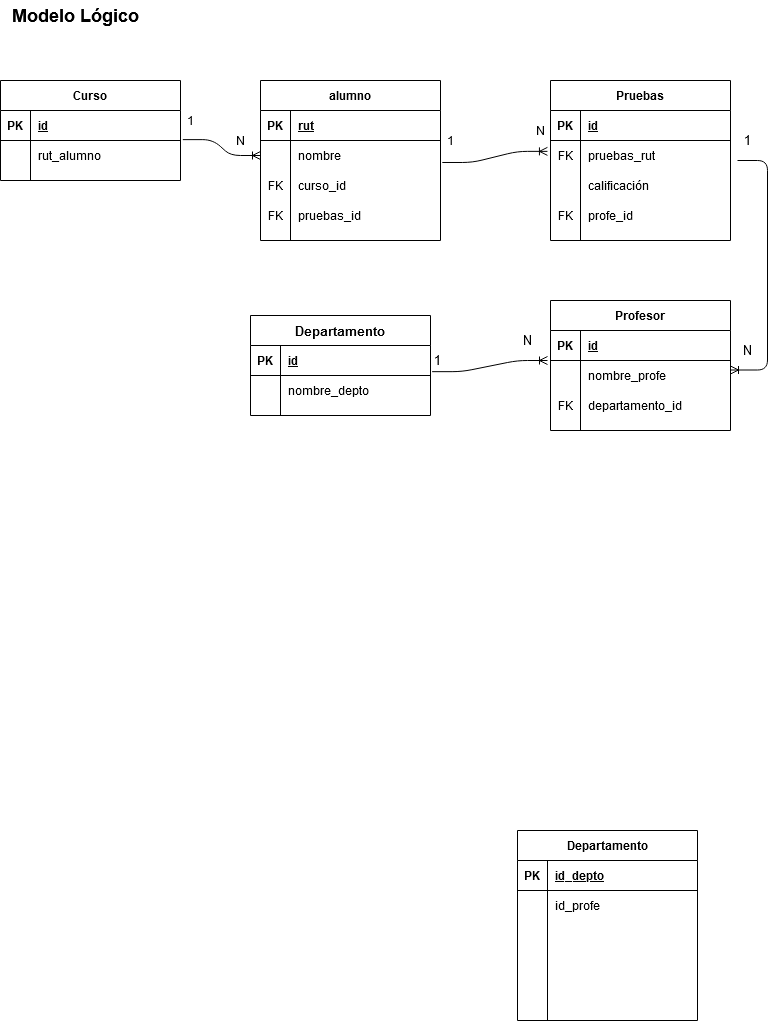
The draw.io diagram Caso2_modelos.png in gilibethvega/modelamiento_de_datos, before a commit. Source tidied: cells renumbered, new cells last; positions are measured from the earlier drawing's top-left corner, leaving out a move shared by most shapes.
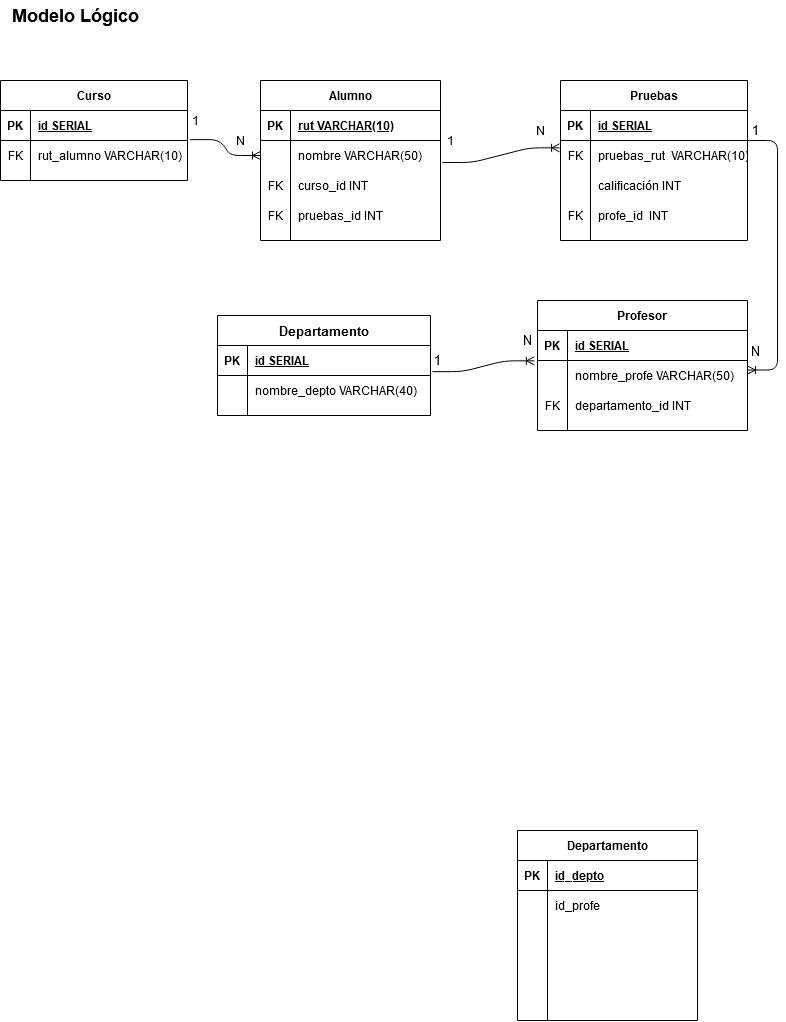
After the commit.

Change to the diagram source:
```diff
@@ -2,7 +2,7 @@
   <root>
     <mxCell id="0" />
     <mxCell id="1" parent="0" />
-    <mxCell id="2" value="alumno" style="shape=table;startSize=30;rowLines=0;fontStyle=1;align=center;" parent="1" vertex="1">
+    <mxCell id="2" value="Alumno" style="shape=table;startSize=30;rowLines=0;fontStyle=1;align=center;" parent="1" vertex="1">
       <mxGeometry x="260" y="80" width="180" height="160" as="geometry" />
     </mxCell>
     <mxCell id="3" style="shape=partialRectangle;fillColor=none;top=0;left=0;bottom=1;right=0;" parent="2" vertex="1">
@@ -11,7 +11,7 @@
     <mxCell id="4" value="PK" style="shape=partialRectangle;fillColor=none;top=0;left=0;bottom=0;right=0;fontStyle=1;overflow=hidden;" parent="3" vertex="1">
       <mxGeometry width="30" height="30" as="geometry" />
     </mxCell>
-    <mxCell id="5" value="rut" style="shape=partialRectangle;fillColor=none;top=0;left=0;bottom=0;right=0;align=left;spacingLeft=6;fontStyle=5;overflow=hidden;" parent="3" vertex="1">
+    <mxCell id="5" value="rut VARCHAR(10)" style="shape=partialRectangle;fillColor=none;top=0;left=0;bottom=0;right=0;align=left;spacingLeft=6;fontStyle=5;overflow=hidden;" parent="3" vertex="1">
       <mxGeometry x="30" width="150" height="30" as="geometry" />
     </mxCell>
     <mxCell id="6" style="shape=partialRectangle;fillColor=none;top=0;left=0;bottom=0;right=0;points=[[0,0.5],[1,0.5]];portConstraint=eastwest;" parent="2" vertex="1">
@@ -20,7 +20,7 @@
     <mxCell id="7" style="shape=partialRectangle;fillColor=none;top=0;left=0;bottom=0;right=0;overflow=hidden;" parent="6" vertex="1">
       <mxGeometry width="30" height="30" as="geometry" />
     </mxCell>
-    <mxCell id="8" value="nombre" style="shape=partialRectangle;fillColor=none;top=0;left=0;bottom=0;right=0;align=left;spacingLeft=6;overflow=hidden;" parent="6" vertex="1">
+    <mxCell id="8" value="nombre VARCHAR(50)" style="shape=partialRectangle;fillColor=none;top=0;left=0;bottom=0;right=0;align=left;spacingLeft=6;overflow=hidden;" parent="6" vertex="1">
       <mxGeometry x="30" width="150" height="30" as="geometry" />
     </mxCell>
     <mxCell id="9" style="shape=partialRectangle;fillColor=none;top=0;left=0;bottom=0;right=0;" parent="2" vertex="1">
@@ -29,7 +29,7 @@
     <mxCell id="10" value="FK" style="shape=partialRectangle;fillColor=none;top=0;left=0;bottom=0;right=0;fontStyle=0;overflow=hidden;" parent="9" vertex="1">
       <mxGeometry width="30" height="30" as="geometry" />
     </mxCell>
-    <mxCell id="11" value="curso_id" style="shape=partialRectangle;fillColor=none;top=0;left=0;bottom=0;right=0;align=left;spacingLeft=6;fontStyle=0;overflow=hidden;" parent="9" vertex="1">
+    <mxCell id="11" value="curso_id INT" style="shape=partialRectangle;fillColor=none;top=0;left=0;bottom=0;right=0;align=left;spacingLeft=6;fontStyle=0;overflow=hidden;" parent="9" vertex="1">
       <mxGeometry x="30" width="150" height="30" as="geometry" />
     </mxCell>
     <mxCell id="12" style="shape=partialRectangle;fillColor=none;top=0;left=0;bottom=0;right=0;" parent="2" vertex="1">
@@ -38,98 +38,98 @@
     <mxCell id="13" value="FK" style="shape=partialRectangle;fillColor=none;top=0;left=0;bottom=0;right=0;fontStyle=0;overflow=hidden;" parent="12" vertex="1">
       <mxGeometry width="30" height="30" as="geometry" />
     </mxCell>
-    <mxCell id="14" value="pruebas_id" style="shape=partialRectangle;fillColor=none;top=0;left=0;bottom=0;right=0;align=left;spacingLeft=6;fontStyle=0;overflow=hidden;" parent="12" vertex="1">
+    <mxCell id="14" value="pruebas_id INT" style="shape=partialRectangle;fillColor=none;top=0;left=0;bottom=0;right=0;align=left;spacingLeft=6;fontStyle=0;overflow=hidden;" parent="12" vertex="1">
       <mxGeometry x="30" width="150" height="30" as="geometry" />
     </mxCell>
     <mxCell id="15" value="Pruebas" style="shape=table;startSize=30;rowLines=0;fontStyle=1;align=center;" parent="1" vertex="1">
-      <mxGeometry x="550" y="80" width="180" height="160" as="geometry" />
+      <mxGeometry x="560" y="80" width="187" height="160" as="geometry" />
     </mxCell>
     <mxCell id="16" style="shape=partialRectangle;fillColor=none;top=0;left=0;bottom=1;right=0;" parent="15" vertex="1">
-      <mxGeometry y="30" width="180" height="30" as="geometry" />
+      <mxGeometry y="30" width="187" height="30" as="geometry" />
     </mxCell>
     <mxCell id="17" value="PK" style="shape=partialRectangle;fillColor=none;top=0;left=0;bottom=0;right=0;fontStyle=1;overflow=hidden;" parent="16" vertex="1">
       <mxGeometry width="30" height="30" as="geometry" />
     </mxCell>
-    <mxCell id="18" value="id" style="shape=partialRectangle;fillColor=none;top=0;left=0;bottom=0;right=0;align=left;spacingLeft=6;fontStyle=5;overflow=hidden;" parent="16" vertex="1">
-      <mxGeometry x="30" width="150" height="30" as="geometry" />
+    <mxCell id="18" value="id SERIAL" style="shape=partialRectangle;fillColor=none;top=0;left=0;bottom=0;right=0;align=left;spacingLeft=6;fontStyle=5;overflow=hidden;" parent="16" vertex="1">
+      <mxGeometry x="30" width="157" height="30" as="geometry" />
     </mxCell>
     <mxCell id="19" style="shape=partialRectangle;fillColor=none;top=0;left=0;bottom=0;right=0;points=[[0,0.5],[1,0.5]];portConstraint=eastwest;" parent="15" vertex="1">
-      <mxGeometry y="60" width="180" height="30" as="geometry" />
+      <mxGeometry y="60" width="187" height="30" as="geometry" />
     </mxCell>
     <mxCell id="20" value="FK" style="shape=partialRectangle;fillColor=none;top=0;left=0;bottom=0;right=0;fontStyle=0;overflow=hidden;" parent="19" vertex="1">
       <mxGeometry width="30" height="30" as="geometry" />
     </mxCell>
-    <mxCell id="21" value="pruebas_rut" style="shape=partialRectangle;fillColor=none;top=0;left=0;bottom=0;right=0;align=left;spacingLeft=6;fontStyle=0;overflow=hidden;" parent="19" vertex="1">
-      <mxGeometry x="30" width="150" height="30" as="geometry" />
+    <mxCell id="21" value="pruebas_rut  VARCHAR(10)" style="shape=partialRectangle;fillColor=none;top=0;left=0;bottom=0;right=0;align=left;spacingLeft=6;fontStyle=0;overflow=hidden;" parent="19" vertex="1">
+      <mxGeometry x="30" width="157" height="30" as="geometry" />
     </mxCell>
     <mxCell id="22" style="shape=partialRectangle;fillColor=none;top=0;left=0;bottom=0;right=0;" parent="15" vertex="1">
-      <mxGeometry y="90" width="180" height="30" as="geometry" />
+      <mxGeometry y="90" width="187" height="30" as="geometry" />
     </mxCell>
     <mxCell id="23" style="shape=partialRectangle;fillColor=none;top=0;left=0;bottom=0;right=0;overflow=hidden;" parent="22" vertex="1">
       <mxGeometry width="30" height="30" as="geometry" />
     </mxCell>
-    <mxCell id="24" value="calificación" style="shape=partialRectangle;fillColor=none;top=0;left=0;bottom=0;right=0;align=left;spacingLeft=6;overflow=hidden;" parent="22" vertex="1">
-      <mxGeometry x="30" width="150" height="30" as="geometry" />
+    <mxCell id="24" value="calificación INT" style="shape=partialRectangle;fillColor=none;top=0;left=0;bottom=0;right=0;align=left;spacingLeft=6;overflow=hidden;" parent="22" vertex="1">
+      <mxGeometry x="30" width="157" height="30" as="geometry" />
     </mxCell>
     <mxCell id="25" style="shape=partialRectangle;fillColor=none;top=0;left=0;bottom=0;right=0;" parent="15" vertex="1">
-      <mxGeometry y="120" width="180" height="30" as="geometry" />
+      <mxGeometry y="120" width="187" height="30" as="geometry" />
     </mxCell>
     <mxCell id="26" value="FK" style="shape=partialRectangle;fillColor=none;top=0;left=0;bottom=0;right=0;fontStyle=0;overflow=hidden;" parent="25" vertex="1">
       <mxGeometry width="30" height="30" as="geometry" />
     </mxCell>
-    <mxCell id="27" value="profe_id" style="shape=partialRectangle;fillColor=none;top=0;left=0;bottom=0;right=0;align=left;spacingLeft=6;fontStyle=0;overflow=hidden;" parent="25" vertex="1">
-      <mxGeometry x="30" width="150" height="30" as="geometry" />
+    <mxCell id="27" value="profe_id  INT" style="shape=partialRectangle;fillColor=none;top=0;left=0;bottom=0;right=0;align=left;spacingLeft=6;fontStyle=0;overflow=hidden;" parent="25" vertex="1">
+      <mxGeometry x="30" width="157" height="30" as="geometry" />
     </mxCell>
     <mxCell id="28" value="Profesor" style="shape=table;startSize=30;rowLines=0;fontStyle=1;align=center;" parent="1" vertex="1">
-      <mxGeometry x="550" y="300" width="180" height="130" as="geometry" />
+      <mxGeometry x="537" y="300" width="210" height="130" as="geometry" />
     </mxCell>
     <mxCell id="29" style="shape=partialRectangle;fillColor=none;top=0;left=0;bottom=1;right=0;points=[[0,0.5],[1,0.5]];portConstraint=eastwest;" parent="28" vertex="1">
-      <mxGeometry y="30" width="180" height="30" as="geometry" />
+      <mxGeometry y="30" width="210" height="30" as="geometry" />
     </mxCell>
     <mxCell id="30" value="PK" style="shape=partialRectangle;fillColor=none;top=0;left=0;bottom=0;right=0;fontStyle=1;overflow=hidden;" parent="29" vertex="1">
       <mxGeometry width="30" height="30" as="geometry" />
     </mxCell>
-    <mxCell id="31" value="id" style="shape=partialRectangle;fillColor=none;top=0;left=0;bottom=0;right=0;align=left;spacingLeft=6;fontStyle=5;overflow=hidden;" parent="29" vertex="1">
-      <mxGeometry x="30" width="150" height="30" as="geometry" />
+    <mxCell id="31" value="id SERIAL" style="shape=partialRectangle;fillColor=none;top=0;left=0;bottom=0;right=0;align=left;spacingLeft=6;fontStyle=5;overflow=hidden;" parent="29" vertex="1">
+      <mxGeometry x="30" width="180" height="30" as="geometry" />
     </mxCell>
     <mxCell id="32" style="shape=partialRectangle;fillColor=none;top=0;left=0;bottom=0;right=0;points=[[0,0.5],[1,0.5]];portConstraint=eastwest;" parent="28" vertex="1">
-      <mxGeometry y="60" width="180" height="30" as="geometry" />
+      <mxGeometry y="60" width="210" height="30" as="geometry" />
     </mxCell>
     <mxCell id="33" style="shape=partialRectangle;fillColor=none;top=0;left=0;bottom=0;right=0;overflow=hidden;" parent="32" vertex="1">
       <mxGeometry width="30" height="30" as="geometry" />
     </mxCell>
-    <mxCell id="34" value="nombre_profe" style="shape=partialRectangle;fillColor=none;top=0;left=0;bottom=0;right=0;align=left;spacingLeft=6;overflow=hidden;" parent="32" vertex="1">
-      <mxGeometry x="30" width="150" height="30" as="geometry" />
+    <mxCell id="34" value="nombre_profe VARCHAR(50)" style="shape=partialRectangle;fillColor=none;top=0;left=0;bottom=0;right=0;align=left;spacingLeft=6;overflow=hidden;" parent="32" vertex="1">
+      <mxGeometry x="30" width="180" height="30" as="geometry" />
     </mxCell>
     <mxCell id="35" style="shape=partialRectangle;fillColor=none;top=0;left=0;bottom=0;right=0;" parent="28" vertex="1">
-      <mxGeometry y="90" width="180" height="30" as="geometry" />
+      <mxGeometry y="90" width="210" height="30" as="geometry" />
     </mxCell>
     <mxCell id="36" value="FK" style="shape=partialRectangle;fillColor=none;top=0;left=0;bottom=0;right=0;overflow=hidden;" parent="35" vertex="1">
       <mxGeometry width="30" height="30" as="geometry" />
     </mxCell>
-    <mxCell id="37" value="departamento_id" style="shape=partialRectangle;fillColor=none;top=0;left=0;bottom=0;right=0;align=left;spacingLeft=6;overflow=hidden;" parent="35" vertex="1">
-      <mxGeometry x="30" width="150" height="30" as="geometry" />
+    <mxCell id="37" value="departamento_id INT" style="shape=partialRectangle;fillColor=none;top=0;left=0;bottom=0;right=0;align=left;spacingLeft=6;overflow=hidden;" parent="35" vertex="1">
+      <mxGeometry x="30" width="180" height="30" as="geometry" />
     </mxCell>
     <mxCell id="38" value="Curso" style="shape=table;startSize=30;rowLines=0;fontStyle=1;align=center;" parent="1" vertex="1">
-      <mxGeometry y="80" width="180" height="100" as="geometry" />
+      <mxGeometry y="80" width="187" height="100" as="geometry" />
     </mxCell>
     <mxCell id="39" style="shape=partialRectangle;fillColor=none;top=0;left=0;bottom=1;right=0;" parent="38" vertex="1">
-      <mxGeometry y="30" width="180" height="30" as="geometry" />
+      <mxGeometry y="30" width="187" height="30" as="geometry" />
     </mxCell>
     <mxCell id="40" value="PK" style="shape=partialRectangle;fillColor=none;top=0;left=0;bottom=0;right=0;fontStyle=1;overflow=hidden;" parent="39" vertex="1">
       <mxGeometry width="30" height="30" as="geometry" />
     </mxCell>
-    <mxCell id="41" value="id" style="shape=partialRectangle;fillColor=none;top=0;left=0;bottom=0;right=0;align=left;spacingLeft=6;fontStyle=5;overflow=hidden;" parent="39" vertex="1">
-      <mxGeometry x="30" width="150" height="30" as="geometry" />
+    <mxCell id="41" value="id SERIAL" style="shape=partialRectangle;fillColor=none;top=0;left=0;bottom=0;right=0;align=left;spacingLeft=6;fontStyle=5;overflow=hidden;" parent="39" vertex="1">
+      <mxGeometry x="30" width="157" height="30" as="geometry" />
     </mxCell>
     <mxCell id="42" style="shape=partialRectangle;fillColor=none;top=0;left=0;bottom=0;right=0;points=[[0,0.5],[1,0.5]];portConstraint=eastwest;" parent="38" vertex="1">
-      <mxGeometry y="60" width="180" height="30" as="geometry" />
+      <mxGeometry y="60" width="187" height="30" as="geometry" />
     </mxCell>
-    <mxCell id="43" style="shape=partialRectangle;fillColor=none;top=0;left=0;bottom=0;right=0;overflow=hidden;" parent="42" vertex="1">
+    <mxCell id="43" value="FK" style="shape=partialRectangle;fillColor=none;top=0;left=0;bottom=0;right=0;overflow=hidden;" parent="42" vertex="1">
       <mxGeometry width="30" height="30" as="geometry" />
     </mxCell>
-    <mxCell id="44" value="rut_alumno" style="shape=partialRectangle;fillColor=none;top=0;left=0;bottom=0;right=0;align=left;spacingLeft=6;overflow=hidden;" parent="42" vertex="1">
-      <mxGeometry x="30" width="150" height="30" as="geometry" />
+    <mxCell id="44" value="rut_alumno VARCHAR(10)" style="shape=partialRectangle;fillColor=none;top=0;left=0;bottom=0;right=0;align=left;spacingLeft=6;overflow=hidden;" parent="42" vertex="1">
+      <mxGeometry x="30" width="157" height="30" as="geometry" />
     </mxCell>
     <mxCell id="45" value="Departamento" style="shape=table;startSize=30;rowLines=0;fontStyle=1;align=center;" parent="1" vertex="1">
       <mxGeometry x="517" y="830" width="180" height="190" as="geometry" />
@@ -182,13 +182,11 @@
     <mxCell id="61" style="edgeStyle=entityRelationEdgeStyle;fontSize=12;html=1;endArrow=ERoneToMany;exitX=1.013;exitY=-0.029;exitDx=0;exitDy=0;exitPerimeter=0;" parent="1" edge="1" source="42" target="6">
       <mxGeometry relative="1" as="geometry" />
     </mxCell>
-    <mxCell id="62" style="edgeStyle=entityRelationEdgeStyle;fontSize=12;html=1;endArrow=ERoneToMany;entryX=-0.017;entryY=0.362;entryDx=0;entryDy=0;entryPerimeter=0;exitX=1.01;exitY=0.733;exitDx=0;exitDy=0;exitPerimeter=0;" parent="1" edge="1" source="6">
-      <mxGeometry relative="1" as="geometry">
-        <mxPoint x="546.9" y="150.9" as="targetPoint" />
-      </mxGeometry>
+    <mxCell id="62" style="edgeStyle=entityRelationEdgeStyle;fontSize=12;html=1;endArrow=ERoneToMany;entryX=-0.005;entryY=0.244;entryDx=0;entryDy=0;entryPerimeter=0;exitX=1.01;exitY=0.733;exitDx=0;exitDy=0;exitPerimeter=0;" parent="1" edge="1" source="6" target="19">
+      <mxGeometry relative="1" as="geometry" />
     </mxCell>
     <mxCell id="63" value="1" style="text;html=1;align=center;verticalAlign=middle;" parent="1" vertex="1">
-      <mxGeometry x="180" y="110" width="20" height="20" as="geometry" />
+      <mxGeometry x="185" y="110" width="20" height="20" as="geometry" />
     </mxCell>
     <mxCell id="64" value="N" style="text;html=1;align=center;verticalAlign=middle;" parent="1" vertex="1">
       <mxGeometry x="230" y="130" width="20" height="20" as="geometry" />
@@ -203,41 +201,39 @@
       <mxGeometry width="150" height="30" as="geometry" />
     </mxCell>
     <mxCell id="68" value="Departamento" style="shape=table;startSize=30;rowLines=0;fontStyle=1;align=center;fontSize=13;" parent="1" vertex="1">
-      <mxGeometry x="250" y="315" width="180" height="100" as="geometry" />
+      <mxGeometry x="217" y="315" width="213" height="100" as="geometry" />
     </mxCell>
     <mxCell id="69" style="shape=partialRectangle;fillColor=none;top=0;left=0;bottom=1;right=0;points=[[0,0.5],[1,0.5]];portConstraint=eastwest;" parent="68" vertex="1">
-      <mxGeometry y="30" width="180" height="30" as="geometry" />
+      <mxGeometry y="30" width="213" height="30" as="geometry" />
     </mxCell>
     <mxCell id="70" value="PK" style="shape=partialRectangle;fillColor=none;top=0;left=0;bottom=0;right=0;fontStyle=1;overflow=hidden;" parent="69" vertex="1">
       <mxGeometry width="30" height="30" as="geometry" />
     </mxCell>
-    <mxCell id="71" value="id" style="shape=partialRectangle;fillColor=none;top=0;left=0;bottom=0;right=0;align=left;spacingLeft=6;fontStyle=5;overflow=hidden;" parent="69" vertex="1">
-      <mxGeometry x="30" width="150" height="30" as="geometry" />
+    <mxCell id="71" value="id SERIAL" style="shape=partialRectangle;fillColor=none;top=0;left=0;bottom=0;right=0;align=left;spacingLeft=6;fontStyle=5;overflow=hidden;" parent="69" vertex="1">
+      <mxGeometry x="30" width="183" height="30" as="geometry" />
     </mxCell>
     <mxCell id="72" style="shape=partialRectangle;fillColor=none;top=0;left=0;bottom=0;right=0;" parent="68" vertex="1">
-      <mxGeometry y="60" width="180" height="30" as="geometry" />
+      <mxGeometry y="60" width="213" height="30" as="geometry" />
     </mxCell>
     <mxCell id="73" style="shape=partialRectangle;fillColor=none;top=0;left=0;bottom=0;right=0;overflow=hidden;" parent="72" vertex="1">
       <mxGeometry width="30" height="30" as="geometry" />
     </mxCell>
-    <mxCell id="74" value="nombre_depto" style="shape=partialRectangle;fillColor=none;top=0;left=0;bottom=0;right=0;align=left;spacingLeft=6;overflow=hidden;" parent="72" vertex="1">
-      <mxGeometry x="30" width="150" height="30" as="geometry" />
+    <mxCell id="74" value="nombre_depto VARCHAR(40)" style="shape=partialRectangle;fillColor=none;top=0;left=0;bottom=0;right=0;align=left;spacingLeft=6;overflow=hidden;" parent="72" vertex="1">
+      <mxGeometry x="30" width="183" height="30" as="geometry" />
     </mxCell>
     <mxCell id="75" style="edgeStyle=entityRelationEdgeStyle;fontSize=12;html=1;endArrow=ERoneToMany;entryX=1;entryY=0.317;entryDx=0;entryDy=0;entryPerimeter=0;" parent="1" edge="1" target="32">
       <mxGeometry relative="1" as="geometry">
-        <mxPoint x="737" y="160" as="sourcePoint" />
+        <mxPoint x="747" y="140" as="sourcePoint" />
       </mxGeometry>
     </mxCell>
     <mxCell id="76" value="1" style="text;html=1;align=center;verticalAlign=middle;fontSize=13;" parent="1" vertex="1">
-      <mxGeometry x="737" y="130" width="20" height="20" as="geometry" />
+      <mxGeometry x="745" y="120" width="20" height="20" as="geometry" />
     </mxCell>
     <mxCell id="77" value="N" style="text;html=1;align=center;verticalAlign=middle;fontSize=13;" parent="1" vertex="1">
-      <mxGeometry x="732" y="340" width="30" height="20" as="geometry" />
+      <mxGeometry x="740" y="341" width="30" height="20" as="geometry" />
     </mxCell>
-    <mxCell id="78" style="edgeStyle=entityRelationEdgeStyle;fontSize=12;html=1;endArrow=ERoneToMany;exitX=1.009;exitY=0.872;exitDx=0;exitDy=0;exitPerimeter=0;" parent="1" edge="1" source="69">
-      <mxGeometry relative="1" as="geometry">
-        <mxPoint x="547" y="360" as="targetPoint" />
-      </mxGeometry>
+    <mxCell id="78" style="edgeStyle=entityRelationEdgeStyle;fontSize=12;html=1;endArrow=ERoneToMany;exitX=1.009;exitY=0.872;exitDx=0;exitDy=0;exitPerimeter=0;entryX=-0.015;entryY=1.011;entryDx=0;entryDy=0;entryPerimeter=0;" parent="1" edge="1" source="69" target="29">
+      <mxGeometry relative="1" as="geometry" />
     </mxCell>
     <mxCell id="79" value="1" style="text;html=1;align=center;verticalAlign=middle;fontSize=13;" parent="1" vertex="1">
       <mxGeometry x="427" y="350" width="20" height="20" as="geometry" />
```
